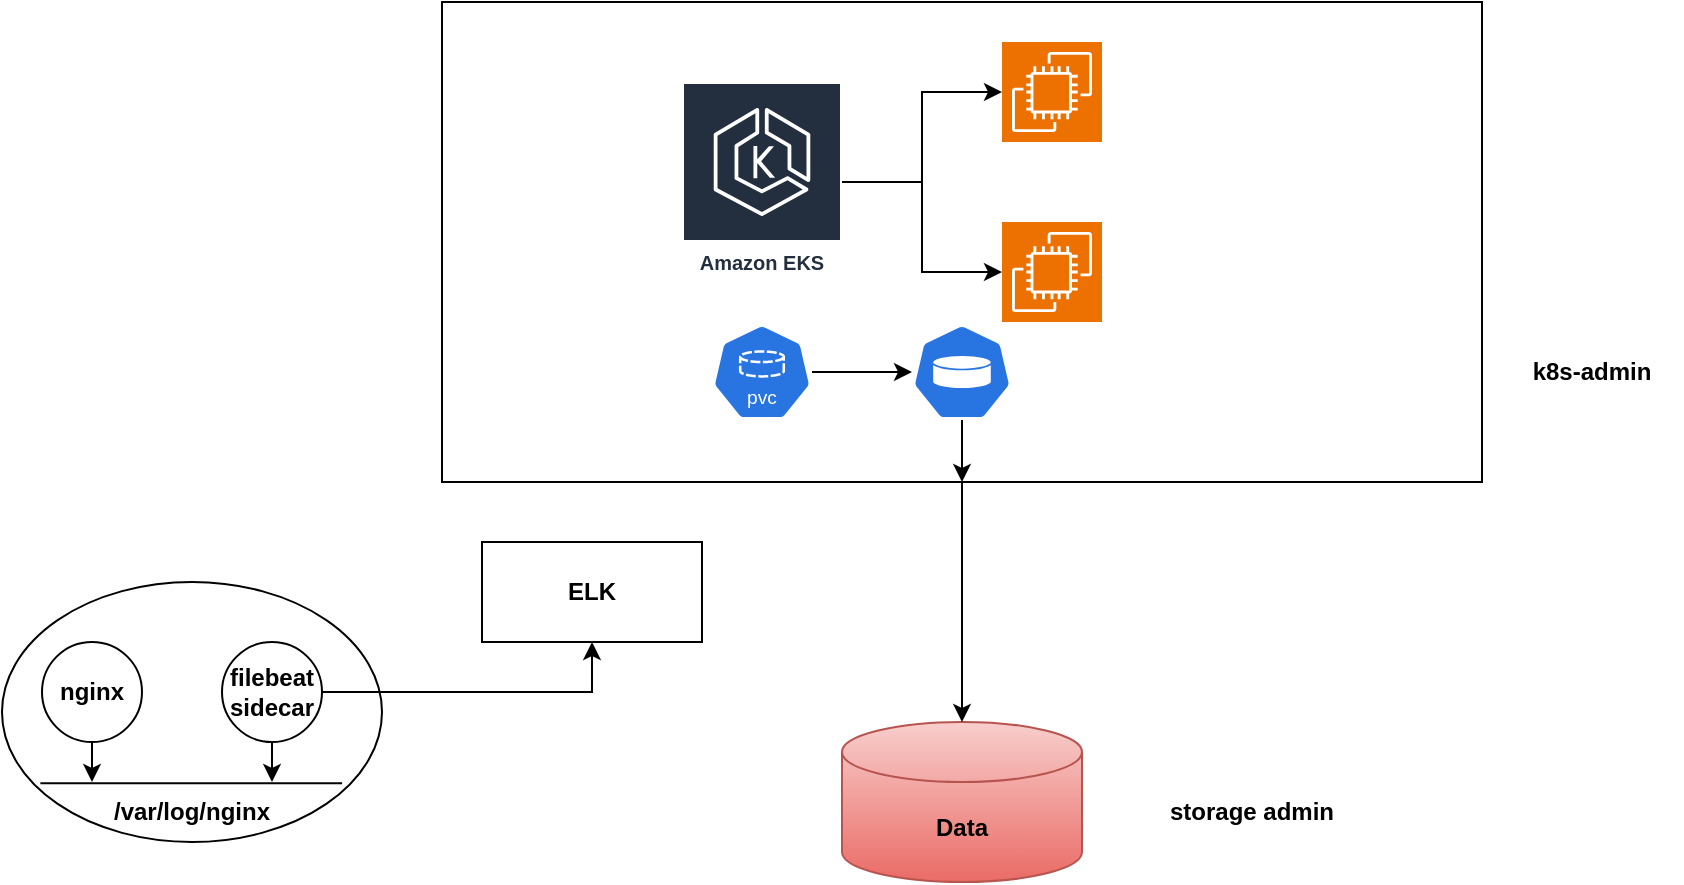
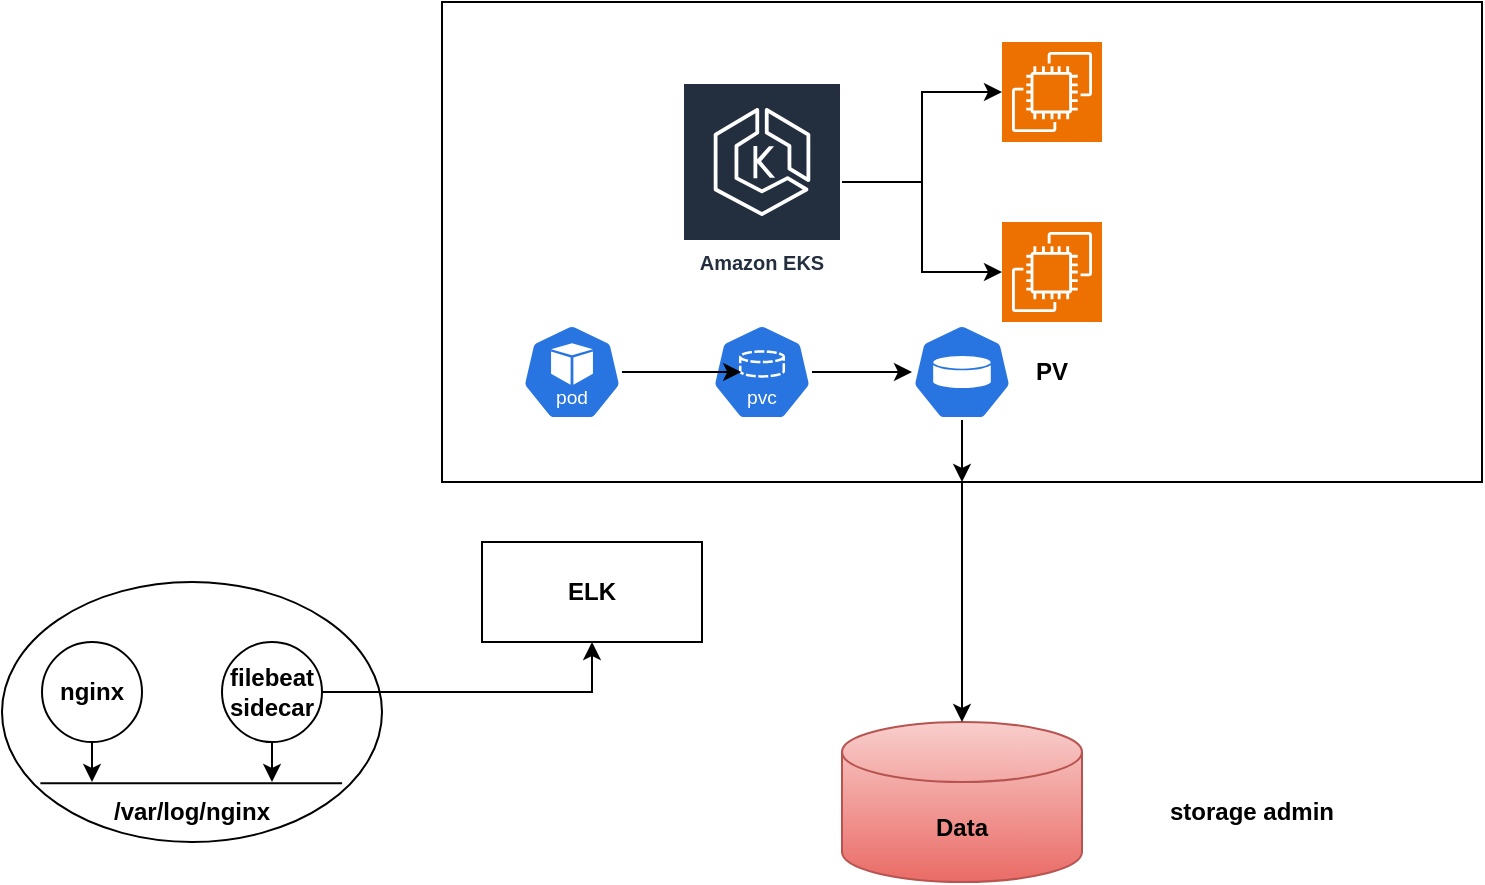
<mxfile host="app.diagrams.net">
-   <diagram name="Page-1" id="FGqQAEQHAqRRCkTK3Dnt">
-     <mxGraphModel dx="1880" dy="561" grid="1" gridSize="10" guides="1" tooltips="1" connect="1" arrows="1" fold="1" page="1" pageScale="1" pageWidth="850" pageHeight="1100" math="0" shadow="0">
+   <diagram name="Page-1" id="X6VLqr6CirUxgDZttBfG">
+     <mxGraphModel dx="1030" dy="561" grid="1" gridSize="10" guides="1" tooltips="1" connect="1" arrows="1" fold="1" page="1" pageScale="1" pageWidth="850" pageHeight="1100" math="0" shadow="0">
      <root>
        <mxCell id="0" />
        <mxCell id="1" parent="0" />
-         <mxCell id="RLA7C9_OT2lPqM61-uFc-1" parent="1" style="rounded=0;whiteSpace=wrap;html=1;" value="" vertex="1">
-           <mxGeometry height="240" width="520" x="160" y="80" as="geometry" />
+         <mxCell id="Abz_VNG4IO3LzQ3B1qWS-2" parent="1" style="rounded=0;whiteSpace=wrap;html=1;" value="" vertex="1">
+           <mxGeometry height="240" width="520" x="480" y="250" as="geometry" />
        </mxCell>
-         <mxCell id="RLA7C9_OT2lPqM61-uFc-6" edge="1" parent="1" source="RLA7C9_OT2lPqM61-uFc-2" style="edgeStyle=orthogonalEdgeStyle;rounded=0;orthogonalLoop=1;jettySize=auto;html=1;" target="RLA7C9_OT2lPqM61-uFc-4">
+         <mxCell id="Abz_VNG4IO3LzQ3B1qWS-3" edge="1" parent="1" source="Abz_VNG4IO3LzQ3B1qWS-4" style="edgeStyle=orthogonalEdgeStyle;rounded=0;orthogonalLoop=1;jettySize=auto;html=1;" target="Abz_VNG4IO3LzQ3B1qWS-6">
          <mxGeometry relative="1" as="geometry" />
        </mxCell>
-         <mxCell id="RLA7C9_OT2lPqM61-uFc-2" parent="1" style="sketch=0;outlineConnect=0;fontColor=#232F3E;gradientColor=none;strokeColor=#ffffff;fillColor=#232F3E;dashed=0;verticalLabelPosition=middle;verticalAlign=bottom;align=center;html=1;whiteSpace=wrap;fontSize=10;fontStyle=1;spacing=3;shape=mxgraph.aws4.productIcon;prIcon=mxgraph.aws4.eks;" value="Amazon EKS" vertex="1">
-           <mxGeometry height="100" width="80" x="280" y="120" as="geometry" />
+         <mxCell id="Abz_VNG4IO3LzQ3B1qWS-4" parent="1" style="sketch=0;outlineConnect=0;fontColor=#232F3E;gradientColor=none;strokeColor=#ffffff;fillColor=#232F3E;dashed=0;verticalLabelPosition=middle;verticalAlign=bottom;align=center;html=1;whiteSpace=wrap;fontSize=10;fontStyle=1;spacing=3;shape=mxgraph.aws4.productIcon;prIcon=mxgraph.aws4.eks;" value="Amazon EKS" vertex="1">
+           <mxGeometry height="100" width="80" x="600" y="290" as="geometry" />
        </mxCell>
-         <mxCell id="RLA7C9_OT2lPqM61-uFc-3" parent="1" style="sketch=0;points=[[0,0,0],[0.25,0,0],[0.5,0,0],[0.75,0,0],[1,0,0],[0,1,0],[0.25,1,0],[0.5,1,0],[0.75,1,0],[1,1,0],[0,0.25,0],[0,0.5,0],[0,0.75,0],[1,0.25,0],[1,0.5,0],[1,0.75,0]];outlineConnect=0;fontColor=#232F3E;fillColor=#ED7100;strokeColor=#ffffff;dashed=0;verticalLabelPosition=bottom;verticalAlign=top;align=center;html=1;fontSize=12;fontStyle=0;aspect=fixed;shape=mxgraph.aws4.resourceIcon;resIcon=mxgraph.aws4.ec2;" value="" vertex="1">
-           <mxGeometry height="50" width="50" x="440" y="100" as="geometry" />
+         <mxCell id="Abz_VNG4IO3LzQ3B1qWS-5" parent="1" style="sketch=0;points=[[0,0,0],[0.25,0,0],[0.5,0,0],[0.75,0,0],[1,0,0],[0,1,0],[0.25,1,0],[0.5,1,0],[0.75,1,0],[1,1,0],[0,0.25,0],[0,0.5,0],[0,0.75,0],[1,0.25,0],[1,0.5,0],[1,0.75,0]];outlineConnect=0;fontColor=#232F3E;fillColor=#ED7100;strokeColor=#ffffff;dashed=0;verticalLabelPosition=bottom;verticalAlign=top;align=center;html=1;fontSize=12;fontStyle=0;aspect=fixed;shape=mxgraph.aws4.resourceIcon;resIcon=mxgraph.aws4.ec2;" value="" vertex="1">
+           <mxGeometry height="50" width="50" x="760" y="270" as="geometry" />
        </mxCell>
-         <mxCell id="RLA7C9_OT2lPqM61-uFc-4" parent="1" style="sketch=0;points=[[0,0,0],[0.25,0,0],[0.5,0,0],[0.75,0,0],[1,0,0],[0,1,0],[0.25,1,0],[0.5,1,0],[0.75,1,0],[1,1,0],[0,0.25,0],[0,0.5,0],[0,0.75,0],[1,0.25,0],[1,0.5,0],[1,0.75,0]];outlineConnect=0;fontColor=#232F3E;fillColor=#ED7100;strokeColor=#ffffff;dashed=0;verticalLabelPosition=bottom;verticalAlign=top;align=center;html=1;fontSize=12;fontStyle=0;aspect=fixed;shape=mxgraph.aws4.resourceIcon;resIcon=mxgraph.aws4.ec2;" value="" vertex="1">
-           <mxGeometry height="50" width="50" x="440" y="190" as="geometry" />
+         <mxCell id="Abz_VNG4IO3LzQ3B1qWS-6" parent="1" style="sketch=0;points=[[0,0,0],[0.25,0,0],[0.5,0,0],[0.75,0,0],[1,0,0],[0,1,0],[0.25,1,0],[0.5,1,0],[0.75,1,0],[1,1,0],[0,0.25,0],[0,0.5,0],[0,0.75,0],[1,0.25,0],[1,0.5,0],[1,0.75,0]];outlineConnect=0;fontColor=#232F3E;fillColor=#ED7100;strokeColor=#ffffff;dashed=0;verticalLabelPosition=bottom;verticalAlign=top;align=center;html=1;fontSize=12;fontStyle=0;aspect=fixed;shape=mxgraph.aws4.resourceIcon;resIcon=mxgraph.aws4.ec2;" value="" vertex="1">
+           <mxGeometry height="50" width="50" x="760" y="360" as="geometry" />
        </mxCell>
-         <mxCell id="RLA7C9_OT2lPqM61-uFc-5" edge="1" parent="1" source="RLA7C9_OT2lPqM61-uFc-2" style="edgeStyle=orthogonalEdgeStyle;rounded=0;orthogonalLoop=1;jettySize=auto;html=1;entryX=0;entryY=0.5;entryDx=0;entryDy=0;entryPerimeter=0;" target="RLA7C9_OT2lPqM61-uFc-3">
+         <mxCell id="Abz_VNG4IO3LzQ3B1qWS-7" edge="1" parent="1" source="Abz_VNG4IO3LzQ3B1qWS-4" style="edgeStyle=orthogonalEdgeStyle;rounded=0;orthogonalLoop=1;jettySize=auto;html=1;entryX=0;entryY=0.5;entryDx=0;entryDy=0;entryPerimeter=0;" target="Abz_VNG4IO3LzQ3B1qWS-5">
          <mxGeometry relative="1" as="geometry" />
        </mxCell>
-         <mxCell id="RLA7C9_OT2lPqM61-uFc-7" parent="1" style="shape=cylinder3;whiteSpace=wrap;html=1;boundedLbl=1;backgroundOutline=1;size=15;fillColor=#f8cecc;gradientColor=#ea6b66;strokeColor=#b85450;" value="&lt;b&gt;Data&lt;/b&gt;" vertex="1">
-           <mxGeometry height="80" width="120" x="360" y="440" as="geometry" />
+         <mxCell id="Abz_VNG4IO3LzQ3B1qWS-8" parent="1" style="shape=cylinder3;whiteSpace=wrap;html=1;boundedLbl=1;backgroundOutline=1;size=15;fillColor=#f8cecc;gradientColor=#ea6b66;strokeColor=#b85450;" value="&lt;b&gt;Data&lt;/b&gt;" vertex="1">
+           <mxGeometry height="80" width="120" x="680" y="610" as="geometry" />
        </mxCell>
-         <mxCell id="RLA7C9_OT2lPqM61-uFc-8" edge="1" parent="1" source="RLA7C9_OT2lPqM61-uFc-1" style="edgeStyle=orthogonalEdgeStyle;rounded=0;orthogonalLoop=1;jettySize=auto;html=1;entryX=0.5;entryY=0;entryDx=0;entryDy=0;entryPerimeter=0;" target="RLA7C9_OT2lPqM61-uFc-7">
+         <mxCell id="Abz_VNG4IO3LzQ3B1qWS-9" edge="1" parent="1" source="Abz_VNG4IO3LzQ3B1qWS-2" style="edgeStyle=orthogonalEdgeStyle;rounded=0;orthogonalLoop=1;jettySize=auto;html=1;entryX=0.5;entryY=0;entryDx=0;entryDy=0;entryPerimeter=0;" target="Abz_VNG4IO3LzQ3B1qWS-8">
          <mxGeometry relative="1" as="geometry" />
        </mxCell>
-         <mxCell id="RLA7C9_OT2lPqM61-uFc-9" parent="1" style="ellipse;whiteSpace=wrap;html=1;" value="" vertex="1">
-           <mxGeometry height="130" width="190" x="-60" y="370" as="geometry" />
+         <mxCell id="Abz_VNG4IO3LzQ3B1qWS-10" parent="1" style="ellipse;whiteSpace=wrap;html=1;" value="" vertex="1">
+           <mxGeometry height="130" width="190" x="260" y="540" as="geometry" />
        </mxCell>
-         <mxCell id="RLA7C9_OT2lPqM61-uFc-17" edge="1" parent="1" source="RLA7C9_OT2lPqM61-uFc-10" style="edgeStyle=orthogonalEdgeStyle;rounded=0;orthogonalLoop=1;jettySize=auto;html=1;">
+         <mxCell id="Abz_VNG4IO3LzQ3B1qWS-11" edge="1" parent="1" source="Abz_VNG4IO3LzQ3B1qWS-12" style="edgeStyle=orthogonalEdgeStyle;rounded=0;orthogonalLoop=1;jettySize=auto;html=1;">
          <mxGeometry relative="1" as="geometry">
-             <mxPoint x="-15" y="470" as="targetPoint" />
+             <mxPoint x="305" y="640" as="targetPoint" />
          </mxGeometry>
        </mxCell>
-         <mxCell id="RLA7C9_OT2lPqM61-uFc-10" parent="1" style="ellipse;whiteSpace=wrap;html=1;aspect=fixed;" value="&lt;b&gt;nginx&lt;/b&gt;" vertex="1">
-           <mxGeometry height="50" width="50" x="-40" y="400" as="geometry" />
+         <mxCell id="Abz_VNG4IO3LzQ3B1qWS-12" parent="1" style="ellipse;whiteSpace=wrap;html=1;aspect=fixed;" value="&lt;b&gt;nginx&lt;/b&gt;" vertex="1">
+           <mxGeometry height="50" width="50" x="280" y="570" as="geometry" />
        </mxCell>
-         <mxCell id="RLA7C9_OT2lPqM61-uFc-11" edge="1" parent="1" source="RLA7C9_OT2lPqM61-uFc-9" style="endArrow=none;html=1;rounded=0;exitX=0.101;exitY=0.774;exitDx=0;exitDy=0;exitPerimeter=0;entryX=0.895;entryY=0.774;entryDx=0;entryDy=0;entryPerimeter=0;" target="RLA7C9_OT2lPqM61-uFc-9" value="">
+         <mxCell id="Abz_VNG4IO3LzQ3B1qWS-13" edge="1" parent="1" source="Abz_VNG4IO3LzQ3B1qWS-10" style="endArrow=none;html=1;rounded=0;exitX=0.101;exitY=0.774;exitDx=0;exitDy=0;exitPerimeter=0;entryX=0.895;entryY=0.774;entryDx=0;entryDy=0;entryPerimeter=0;" target="Abz_VNG4IO3LzQ3B1qWS-10" value="">
          <mxGeometry height="50" relative="1" width="50" as="geometry">
-             <mxPoint x="400" y="400" as="sourcePoint" />
-             <mxPoint x="450" y="350" as="targetPoint" />
+             <mxPoint x="720" y="570" as="sourcePoint" />
+             <mxPoint x="770" y="520" as="targetPoint" />
          </mxGeometry>
        </mxCell>
-         <mxCell id="RLA7C9_OT2lPqM61-uFc-12" parent="1" style="text;html=1;whiteSpace=wrap;strokeColor=none;fillColor=none;align=center;verticalAlign=middle;rounded=0;" value="&lt;b&gt;/var/log/nginx&lt;/b&gt;" vertex="1">
-           <mxGeometry height="30" width="60" x="5" y="470" as="geometry" />
+         <mxCell id="Abz_VNG4IO3LzQ3B1qWS-14" parent="1" style="text;html=1;whiteSpace=wrap;strokeColor=none;fillColor=none;align=center;verticalAlign=middle;rounded=0;" value="&lt;b&gt;/var/log/nginx&lt;/b&gt;" vertex="1">
+           <mxGeometry height="30" width="60" x="325" y="640" as="geometry" />
        </mxCell>
-         <mxCell id="RLA7C9_OT2lPqM61-uFc-13" parent="1" style="rounded=0;whiteSpace=wrap;html=1;" value="&lt;b&gt;ELK&lt;/b&gt;" vertex="1">
-           <mxGeometry height="50" width="110" x="180" y="350" as="geometry" />
+         <mxCell id="Abz_VNG4IO3LzQ3B1qWS-15" parent="1" style="rounded=0;whiteSpace=wrap;html=1;" value="&lt;b&gt;ELK&lt;/b&gt;" vertex="1">
+           <mxGeometry height="50" width="110" x="500" y="520" as="geometry" />
        </mxCell>
-         <mxCell id="RLA7C9_OT2lPqM61-uFc-15" edge="1" parent="1" source="RLA7C9_OT2lPqM61-uFc-14" style="edgeStyle=orthogonalEdgeStyle;rounded=0;orthogonalLoop=1;jettySize=auto;html=1;">
+         <mxCell id="Abz_VNG4IO3LzQ3B1qWS-16" edge="1" parent="1" source="Abz_VNG4IO3LzQ3B1qWS-18" style="edgeStyle=orthogonalEdgeStyle;rounded=0;orthogonalLoop=1;jettySize=auto;html=1;">
          <mxGeometry relative="1" as="geometry">
-             <mxPoint x="75" y="470" as="targetPoint" />
+             <mxPoint x="395" y="640" as="targetPoint" />
          </mxGeometry>
        </mxCell>
-         <mxCell id="RLA7C9_OT2lPqM61-uFc-16" edge="1" parent="1" source="RLA7C9_OT2lPqM61-uFc-14" style="edgeStyle=orthogonalEdgeStyle;rounded=0;orthogonalLoop=1;jettySize=auto;html=1;entryX=0.5;entryY=1;entryDx=0;entryDy=0;" target="RLA7C9_OT2lPqM61-uFc-13">
+         <mxCell id="Abz_VNG4IO3LzQ3B1qWS-17" edge="1" parent="1" source="Abz_VNG4IO3LzQ3B1qWS-18" style="edgeStyle=orthogonalEdgeStyle;rounded=0;orthogonalLoop=1;jettySize=auto;html=1;entryX=0.5;entryY=1;entryDx=0;entryDy=0;" target="Abz_VNG4IO3LzQ3B1qWS-15">
          <mxGeometry relative="1" as="geometry" />
        </mxCell>
-         <mxCell id="RLA7C9_OT2lPqM61-uFc-14" parent="1" style="ellipse;whiteSpace=wrap;html=1;aspect=fixed;" value="&lt;b&gt;filebeat&lt;/b&gt;&lt;div&gt;&lt;b&gt;sidecar&lt;/b&gt;&lt;/div&gt;" vertex="1">
-           <mxGeometry height="50" width="50" x="50" y="400" as="geometry" />
+         <mxCell id="Abz_VNG4IO3LzQ3B1qWS-18" parent="1" style="ellipse;whiteSpace=wrap;html=1;aspect=fixed;" value="&lt;b&gt;filebeat&lt;/b&gt;&lt;div&gt;&lt;b&gt;sidecar&lt;/b&gt;&lt;/div&gt;" vertex="1">
+           <mxGeometry height="50" width="50" x="370" y="570" as="geometry" />
        </mxCell>
-         <mxCell id="RLA7C9_OT2lPqM61-uFc-18" parent="1" style="text;html=1;whiteSpace=wrap;strokeColor=none;fillColor=none;align=center;verticalAlign=middle;rounded=0;" value="&lt;b&gt;storage admin&lt;/b&gt;" vertex="1">
-           <mxGeometry height="30" width="110" x="510" y="470" as="geometry" />
+         <mxCell id="Abz_VNG4IO3LzQ3B1qWS-19" parent="1" style="text;html=1;whiteSpace=wrap;strokeColor=none;fillColor=none;align=center;verticalAlign=middle;rounded=0;" value="&lt;b&gt;storage admin&lt;/b&gt;" vertex="1">
+           <mxGeometry height="30" width="110" x="830" y="640" as="geometry" />
        </mxCell>
-         <mxCell id="RLA7C9_OT2lPqM61-uFc-19" parent="1" style="text;html=1;whiteSpace=wrap;strokeColor=none;fillColor=none;align=center;verticalAlign=middle;rounded=0;" value="&lt;b&gt;k8s-admin&lt;/b&gt;" vertex="1">
-           <mxGeometry height="30" width="90" x="690" y="250" as="geometry" />
-         </mxCell>
-         <mxCell id="RLA7C9_OT2lPqM61-uFc-22" edge="1" parent="1" source="RLA7C9_OT2lPqM61-uFc-20" style="edgeStyle=orthogonalEdgeStyle;rounded=0;orthogonalLoop=1;jettySize=auto;html=1;entryX=0.5;entryY=1;entryDx=0;entryDy=0;exitX=0.5;exitY=1;exitDx=0;exitDy=0;exitPerimeter=0;" target="RLA7C9_OT2lPqM61-uFc-1">
+         <mxCell id="Abz_VNG4IO3LzQ3B1qWS-20" edge="1" parent="1" source="Abz_VNG4IO3LzQ3B1qWS-21" style="edgeStyle=orthogonalEdgeStyle;rounded=0;orthogonalLoop=1;jettySize=auto;html=1;entryX=0.5;entryY=1;entryDx=0;entryDy=0;exitX=0.5;exitY=1;exitDx=0;exitDy=0;exitPerimeter=0;" target="Abz_VNG4IO3LzQ3B1qWS-2">
          <mxGeometry relative="1" as="geometry" />
        </mxCell>
-         <mxCell id="RLA7C9_OT2lPqM61-uFc-20" parent="1" style="aspect=fixed;sketch=0;html=1;dashed=0;whitespace=wrap;verticalLabelPosition=bottom;verticalAlign=top;fillColor=#2875E2;strokeColor=#ffffff;points=[[0.005,0.63,0],[0.1,0.2,0],[0.9,0.2,0],[0.5,0,0],[0.995,0.63,0],[0.72,0.99,0],[0.5,1,0],[0.28,0.99,0]];shape=mxgraph.kubernetes.icon2;prIcon=pv" value="" vertex="1">
-           <mxGeometry height="48" width="50" x="395" y="241" as="geometry" />
+         <mxCell id="Abz_VNG4IO3LzQ3B1qWS-21" parent="1" style="aspect=fixed;sketch=0;html=1;dashed=0;whitespace=wrap;verticalLabelPosition=bottom;verticalAlign=top;fillColor=#2875E2;strokeColor=#ffffff;points=[[0.005,0.63,0],[0.1,0.2,0],[0.9,0.2,0],[0.5,0,0],[0.995,0.63,0],[0.72,0.99,0],[0.5,1,0],[0.28,0.99,0]];shape=mxgraph.kubernetes.icon2;prIcon=pv" value="" vertex="1">
+           <mxGeometry height="48" width="50" x="715" y="411" as="geometry" />
        </mxCell>
-         <mxCell id="RLA7C9_OT2lPqM61-uFc-24" edge="1" parent="1" source="RLA7C9_OT2lPqM61-uFc-23" style="edgeStyle=orthogonalEdgeStyle;rounded=0;orthogonalLoop=1;jettySize=auto;html=1;" target="RLA7C9_OT2lPqM61-uFc-20">
+         <mxCell id="Abz_VNG4IO3LzQ3B1qWS-22" edge="1" parent="1" source="Abz_VNG4IO3LzQ3B1qWS-23" style="edgeStyle=orthogonalEdgeStyle;rounded=0;orthogonalLoop=1;jettySize=auto;html=1;" target="Abz_VNG4IO3LzQ3B1qWS-21">
          <mxGeometry relative="1" as="geometry" />
        </mxCell>
-         <mxCell id="RLA7C9_OT2lPqM61-uFc-23" parent="1" style="aspect=fixed;sketch=0;html=1;dashed=0;whitespace=wrap;verticalLabelPosition=bottom;verticalAlign=top;fillColor=#2875E2;strokeColor=#ffffff;points=[[0.005,0.63,0],[0.1,0.2,0],[0.9,0.2,0],[0.5,0,0],[0.995,0.63,0],[0.72,0.99,0],[0.5,1,0],[0.28,0.99,0]];shape=mxgraph.kubernetes.icon2;kubernetesLabel=1;prIcon=pvc" value="" vertex="1">
-           <mxGeometry height="48" width="50" x="295" y="241" as="geometry" />
+         <mxCell id="Abz_VNG4IO3LzQ3B1qWS-23" parent="1" style="aspect=fixed;sketch=0;html=1;dashed=0;whitespace=wrap;verticalLabelPosition=bottom;verticalAlign=top;fillColor=#2875E2;strokeColor=#ffffff;points=[[0.005,0.63,0],[0.1,0.2,0],[0.9,0.2,0],[0.5,0,0],[0.995,0.63,0],[0.72,0.99,0],[0.5,1,0],[0.28,0.99,0]];shape=mxgraph.kubernetes.icon2;kubernetesLabel=1;prIcon=pvc" value="" vertex="1">
+           <mxGeometry height="48" width="50" x="615" y="411" as="geometry" />
+         </mxCell>
+         <mxCell id="Abz_VNG4IO3LzQ3B1qWS-24" parent="1" style="aspect=fixed;sketch=0;html=1;dashed=0;whitespace=wrap;verticalLabelPosition=bottom;verticalAlign=top;fillColor=#2875E2;strokeColor=#ffffff;points=[[0.005,0.63,0],[0.1,0.2,0],[0.9,0.2,0],[0.5,0,0],[0.995,0.63,0],[0.72,0.99,0],[0.5,1,0],[0.28,0.99,0]];shape=mxgraph.kubernetes.icon2;kubernetesLabel=1;prIcon=pod" value="" vertex="1">
+           <mxGeometry height="48" width="50" x="520" y="411" as="geometry" />
+         </mxCell>
+         <mxCell id="Abz_VNG4IO3LzQ3B1qWS-25" edge="1" parent="1" source="Abz_VNG4IO3LzQ3B1qWS-24" style="edgeStyle=orthogonalEdgeStyle;rounded=0;orthogonalLoop=1;jettySize=auto;html=1;entryX=0.292;entryY=0.5;entryDx=0;entryDy=0;entryPerimeter=0;" target="Abz_VNG4IO3LzQ3B1qWS-23">
+           <mxGeometry relative="1" as="geometry" />
+         </mxCell>
+         <mxCell id="Abz_VNG4IO3LzQ3B1qWS-26" parent="1" style="text;html=1;whiteSpace=wrap;strokeColor=none;fillColor=none;align=center;verticalAlign=middle;rounded=0;" value="&lt;b&gt;PV&lt;/b&gt;" vertex="1">
+           <mxGeometry height="30" width="60" x="755" y="420" as="geometry" />
        </mxCell>
      </root>
    </mxGraphModel>
  </diagram>
</mxfile>
